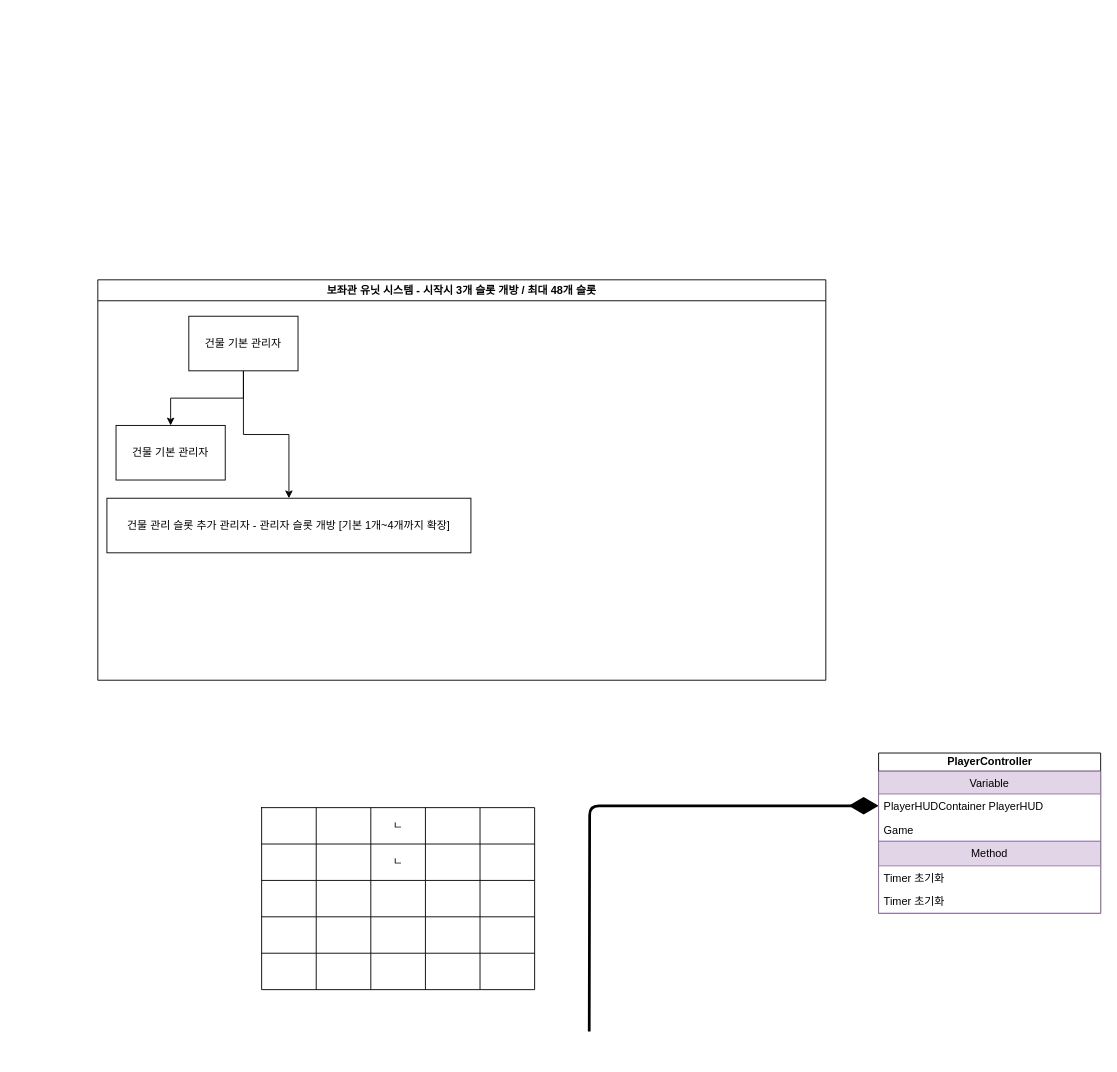
This is page "캐릭터 카드 시스템" (2 of 2) of H.drawio from brandnewdata/H, a draw.io file, before an edit. Source tidied: cells renumbered, new cells numbered last; positions are measured from the earlier drawing's top-left corner, leaving out a move shared by most shapes. Both pictures are drawn from the tidied source at 91%, with x=0, y=0 at pixel (97, 279).
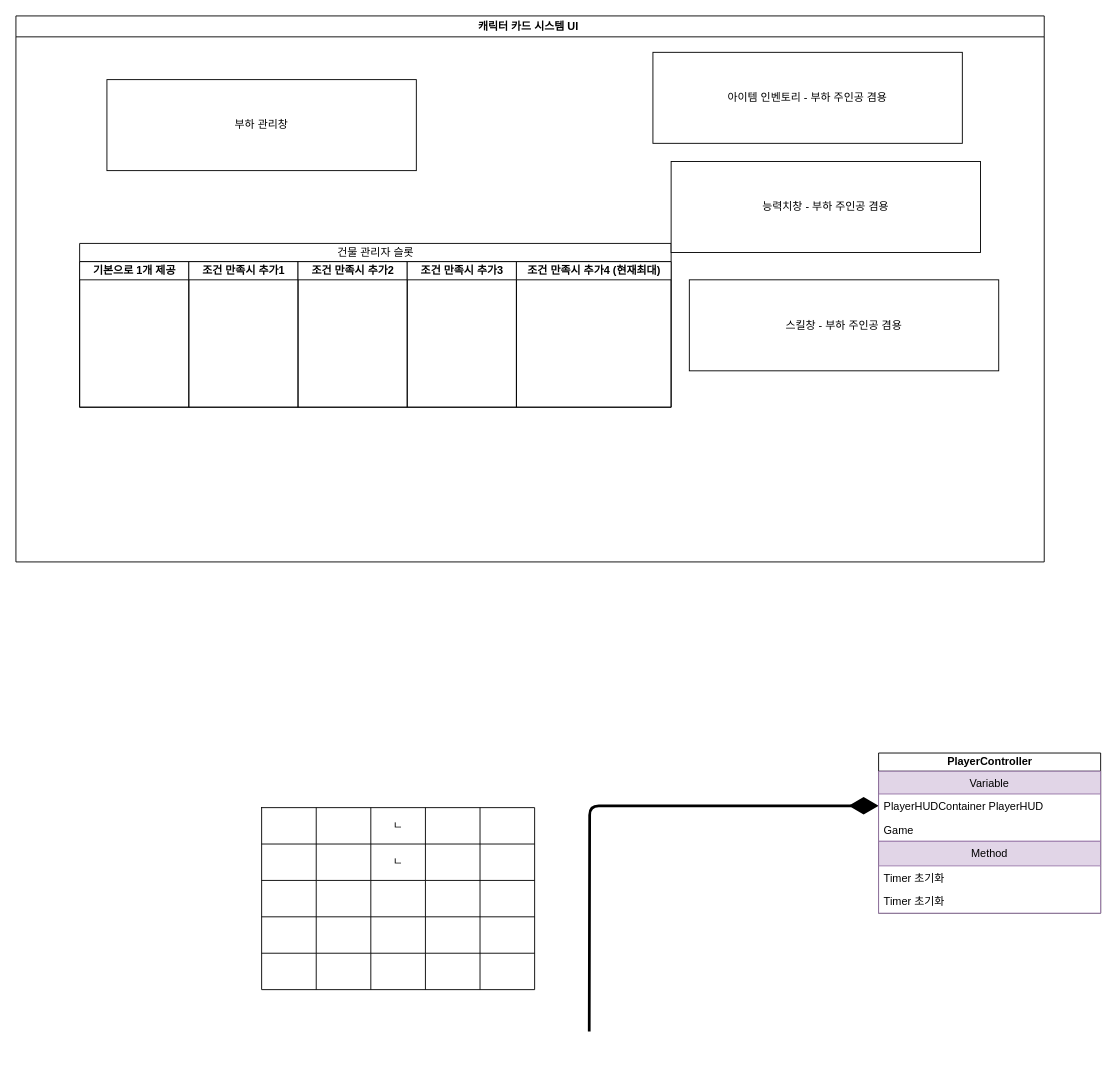
Above is the later version.

The edit, as a diff of the source:
```diff
@@
-    <mxCell id="41" value="보좌관 유닛 시스템 - 시작시 3개 슬롯 개방 / 최대 48개 슬롯" style="swimlane;" parent="1" vertex="1">
-      <mxGeometry width="800" height="440" as="geometry" />
+    <mxCell id="41" value="캐릭터 카드 시스템 UI " style="swimlane;" parent="1" vertex="1">
+      <mxGeometry x="-90" y="-290" width="1130" height="600" as="geometry" />
     </mxCell>
-    <mxCell id="42" style="edgeStyle=orthogonalEdgeStyle;rounded=0;jettySize=auto;html=1;entryX=0.5;entryY=0;entryDx=0;entryDy=0;" parent="41" edge="1" source="44" target="45">
-      <mxGeometry relative="1" as="geometry" />
-    </mxCell>
-    <mxCell id="43" style="edgeStyle=orthogonalEdgeStyle;rounded=0;jettySize=auto;html=1;entryX=0.5;entryY=0;entryDx=0;entryDy=0;" parent="41" edge="1" source="44" target="46">
-      <mxGeometry relative="1" as="geometry" />
-    </mxCell>
-    <mxCell id="44" value="건물 기본 관리자" style="whiteSpace=wrap;html=1;" parent="41" vertex="1">
-      <mxGeometry x="100" y="40" width="120" height="60" as="geometry" />
-    </mxCell>
-    <mxCell id="45" value="건물 기본 관리자" style="whiteSpace=wrap;html=1;" parent="41" vertex="1">
-      <mxGeometry x="20" y="160" width="120" height="60" as="geometry" />
-    </mxCell>
-    <mxCell id="46" value="건물 관리 슬롯 추가 관리자 - 관리자 슬롯 개방 [기본 1개~4개까지 확장]" style="whiteSpace=wrap;html=1;" parent="41" vertex="1">
-      <mxGeometry x="10" y="240" width="400" height="60" as="geometry" />
-    </mxCell>
+    <mxCell id="47" value="&lt;span style=&quot;font-weight: 400&quot;&gt;건물 관리자 슬롯&lt;/span&gt;" style="swimlane;html=1;startSize=20;" parent="41" vertex="1">
+      <mxGeometry x="70" y="250" width="650" height="180" as="geometry" />
+    </mxCell>
+    <mxCell id="48" value="기본으로 1개 제공" style="swimlane;html=1;startSize=20;" parent="47" vertex="1">
+      <mxGeometry y="20" width="120" height="160" as="geometry" />
+    </mxCell>
+    <mxCell id="49" value="조건 만족시 추가1" style="swimlane;html=1;startSize=20;" parent="47" vertex="1">
+      <mxGeometry x="120" y="20" width="120" height="160" as="geometry" />
+    </mxCell>
+    <mxCell id="50" value="조건 만족시 추가2" style="swimlane;html=1;startSize=20;" parent="47" vertex="1">
+      <mxGeometry x="240" y="20" width="120" height="160" as="geometry" />
+    </mxCell>
+    <mxCell id="51" value="조건 만족시 추가3" style="swimlane;html=1;startSize=20;" parent="47" vertex="1">
+      <mxGeometry x="360" y="20" width="120" height="160" as="geometry" />
+    </mxCell>
+    <mxCell id="52" value="조건 만족시 추가4 (현재최대)" style="swimlane;html=1;startSize=20;" parent="47" vertex="1">
+      <mxGeometry x="480" y="20" width="170" height="160" as="geometry" />
+    </mxCell>
+    <mxCell id="53" value="부하 관리창" style="whiteSpace=wrap;html=1;" parent="41" vertex="1">
+      <mxGeometry x="100" y="70" width="340" height="100" as="geometry" />
+    </mxCell>
+    <mxCell id="54" value="능력치창 - 부하 주인공 겸용" style="whiteSpace=wrap;html=1;" parent="41" vertex="1">
+      <mxGeometry x="720" y="160" width="340" height="100" as="geometry" />
+    </mxCell>
+    <mxCell id="55" value="아이템 인벤토리 - 부하 주인공 겸용" style="whiteSpace=wrap;html=1;" parent="41" vertex="1">
+      <mxGeometry x="700" y="40" width="340" height="100" as="geometry" />
+    </mxCell>
+    <mxCell id="56" value="스킬창 - 부하 주인공 겸용" style="whiteSpace=wrap;html=1;" parent="41" vertex="1">
+      <mxGeometry x="740" y="290" width="340" height="100" as="geometry" />
+    </mxCell>
```
